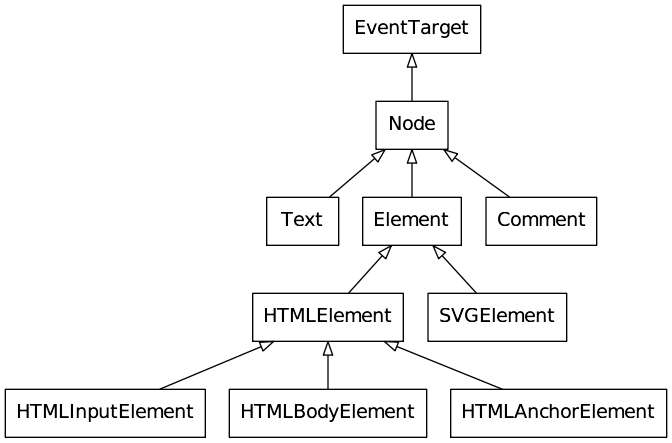
Jeanhwea/jeanhwea.github.io keeps this Graphviz diagram as static/image/2019/07/dom-node-class.png. Above is the earlier version. Its source is kept beside it as static/image/2019/07/dom-node-class.dot.
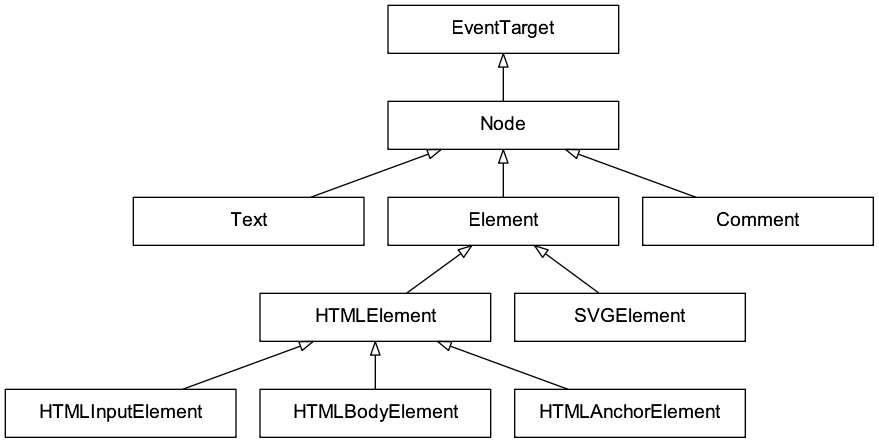
The same file after the commit.

What changed in the source:
```diff
@@ -1,8 +1,8 @@
 digraph DOMNodeClass {
   rankdir=TB;
-  fontname="Helvetia";
-  node[shape=box; fontname="Helvetia"];
-  edge[fontname="Helvetia", dir=back; arrowtail=empty];
+  fontname="Arial";
+  node[shape=box, fontname="Arial", width=2.4];
+  edge[fontname="Arial", dir=back, arrowtail=empty];
 
   EventTarget -> "Node";
   "Node" -> { Text, Element, Comment };
```
